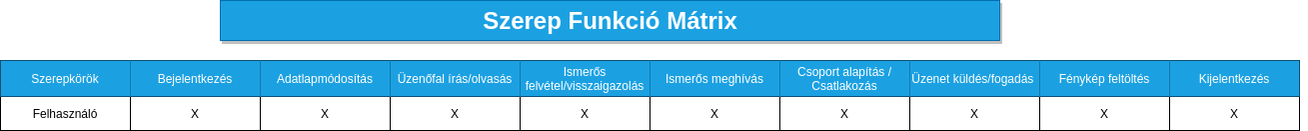
The draw.io diagram Diagramok/SzerepFunkcioMatrix.png in lubygyuri/kozossegi_oldal, before a commit. Source tidied: cells renumbered, new cells last; positions are measured from the earlier drawing's top-left corner, leaving out a move shared by most shapes. The source it was exported from:
```xml
<mxGraphModel background="#ffffff">
  <root>
    <mxCell id="0" style="html=1;" />
    <mxCell id="1" style="html=1;" parent="0" />
    <mxCell id="2" value="Szerep Funkció Mátrix" style="text;strokeColor=#006EAF;html=1;fontSize=24;fontStyle=1;verticalAlign=middle;align=center;rounded=0;shadow=1;fillColor=#1ba1e2;fontColor=#ffffff;" parent="1" vertex="1">
      <mxGeometry x="220" width="780" height="40" as="geometry" />
    </mxCell>
    <mxCell id="3" style="shape=table;html=1;whiteSpace=wrap;startSize=0;" parent="1" vertex="1">
      <mxGeometry y="60" width="1300" height="70" as="geometry" />
    </mxCell>
    <mxCell id="4" style="shape=partialRectangle;html=1;whiteSpace=wrap;fillColor=none;top=0;left=0;bottom=0;right=0;" parent="3" vertex="1">
      <mxGeometry width="1300" height="36" as="geometry" />
    </mxCell>
    <mxCell id="5" value="Szerepkörök" style="shape=partialRectangle;html=1;whiteSpace=wrap;fillColor=#1ba1e2;top=0;left=0;bottom=0;right=0;overflow=hidden;strokeColor=#006EAF;fontColor=#ffffff;" parent="4" vertex="1">
      <mxGeometry width="130" height="36" as="geometry" />
    </mxCell>
    <mxCell id="6" value="Bejelentkezés" style="shape=partialRectangle;html=1;whiteSpace=wrap;fillColor=#1ba1e2;top=0;left=0;bottom=0;right=0;overflow=hidden;strokeColor=#006EAF;fontColor=#ffffff;" parent="4" vertex="1">
      <mxGeometry x="130" width="130" height="36" as="geometry" />
    </mxCell>
    <mxCell id="7" value="Adatlapmódosítás" style="shape=partialRectangle;html=1;whiteSpace=wrap;fillColor=#1ba1e2;top=0;left=0;bottom=0;right=0;overflow=hidden;strokeColor=#006EAF;fontColor=#ffffff;" parent="4" vertex="1">
      <mxGeometry x="260" width="130" height="36" as="geometry" />
    </mxCell>
    <mxCell id="8" value="Üzenőfal írás/olvasás" style="shape=partialRectangle;html=1;whiteSpace=wrap;fillColor=#1ba1e2;top=0;left=0;bottom=0;right=0;overflow=hidden;strokeColor=#006EAF;fontColor=#ffffff;" parent="4" vertex="1">
      <mxGeometry x="390" width="130" height="36" as="geometry" />
    </mxCell>
    <mxCell id="9" value="Ismerős felvétel/visszaigazolás" style="shape=partialRectangle;html=1;whiteSpace=wrap;fillColor=#1ba1e2;top=0;left=0;bottom=0;right=0;overflow=hidden;strokeColor=#006EAF;fontColor=#ffffff;" parent="4" vertex="1">
      <mxGeometry x="520" width="130" height="36" as="geometry" />
    </mxCell>
    <mxCell id="10" value="Ismerős meghívás" style="shape=partialRectangle;html=1;whiteSpace=wrap;fillColor=#1ba1e2;top=0;left=0;bottom=0;right=0;overflow=hidden;strokeColor=#006EAF;fontColor=#ffffff;" parent="4" vertex="1">
      <mxGeometry x="650" width="130" height="36" as="geometry" />
    </mxCell>
    <mxCell id="11" value="Csoport alapítás / Csatlakozás" style="shape=partialRectangle;html=1;whiteSpace=wrap;fillColor=#1ba1e2;top=0;left=0;bottom=0;right=0;overflow=hidden;strokeColor=#006EAF;fontColor=#ffffff;" parent="4" vertex="1">
      <mxGeometry x="780" width="130" height="36" as="geometry" />
    </mxCell>
    <mxCell id="12" value="Üzenet küldés/fogadás&amp;nbsp;" style="shape=partialRectangle;html=1;whiteSpace=wrap;fillColor=#1ba1e2;top=0;left=0;bottom=0;right=0;overflow=hidden;strokeColor=#006EAF;fontColor=#ffffff;" parent="4" vertex="1">
      <mxGeometry x="910" width="130" height="36" as="geometry" />
    </mxCell>
    <mxCell id="13" value="Fénykép feltöltés" style="shape=partialRectangle;html=1;whiteSpace=wrap;fillColor=#1ba1e2;top=0;left=0;bottom=0;right=0;overflow=hidden;strokeColor=#006EAF;fontColor=#ffffff;" parent="4" vertex="1">
      <mxGeometry x="1040" width="130" height="36" as="geometry" />
    </mxCell>
    <mxCell id="14" value="Kijelentkezés" style="shape=partialRectangle;html=1;whiteSpace=wrap;fillColor=#1ba1e2;top=0;left=0;bottom=0;right=0;overflow=hidden;strokeColor=#006EAF;fontColor=#ffffff;" parent="4" vertex="1">
      <mxGeometry x="1170" width="130" height="36" as="geometry" />
    </mxCell>
    <mxCell id="15" style="shape=partialRectangle;html=1;whiteSpace=wrap;fillColor=none;top=0;left=0;bottom=0;right=0;points=[[0,0.5],[1,0.5]];portConstraint=eastwest;" parent="3" vertex="1">
      <mxGeometry y="36" width="1300" height="34" as="geometry" />
    </mxCell>
    <mxCell id="16" value="Felhasználó" style="shape=partialRectangle;html=1;whiteSpace=wrap;fillColor=none;top=0;left=0;bottom=0;right=0;overflow=hidden;" parent="15" vertex="1">
      <mxGeometry width="130" height="34" as="geometry" />
    </mxCell>
    <mxCell id="17" value="X" style="shape=partialRectangle;html=1;whiteSpace=wrap;top=0;left=0;bottom=0;right=0;overflow=hidden;fillColor=none;" parent="15" vertex="1">
      <mxGeometry x="130" width="130" height="34" as="geometry" />
    </mxCell>
    <mxCell id="18" value="X" style="shape=partialRectangle;html=1;whiteSpace=wrap;top=0;left=0;bottom=0;right=0;overflow=hidden;fillColor=none;" parent="15" vertex="1">
      <mxGeometry x="260" width="130" height="34" as="geometry" />
    </mxCell>
    <mxCell id="19" value="X" style="shape=partialRectangle;html=1;whiteSpace=wrap;top=0;left=0;bottom=0;right=0;overflow=hidden;fillColor=none;" parent="15" vertex="1">
      <mxGeometry x="390" width="130" height="34" as="geometry" />
    </mxCell>
    <mxCell id="20" value="X" style="shape=partialRectangle;html=1;whiteSpace=wrap;top=0;left=0;bottom=0;right=0;overflow=hidden;fillColor=none;" parent="15" vertex="1">
      <mxGeometry x="520" width="130" height="34" as="geometry" />
    </mxCell>
    <mxCell id="21" value="X" style="shape=partialRectangle;html=1;whiteSpace=wrap;fillColor=none;top=0;left=0;bottom=0;right=0;overflow=hidden;" parent="15" vertex="1">
      <mxGeometry x="650" width="130" height="34" as="geometry" />
    </mxCell>
    <mxCell id="22" value="X" style="shape=partialRectangle;html=1;whiteSpace=wrap;fillColor=none;top=0;left=0;bottom=0;right=0;overflow=hidden;" parent="15" vertex="1">
      <mxGeometry x="780" width="130" height="34" as="geometry" />
    </mxCell>
    <mxCell id="23" value="X" style="shape=partialRectangle;html=1;whiteSpace=wrap;fillColor=none;top=0;left=0;bottom=0;right=0;overflow=hidden;" parent="15" vertex="1">
      <mxGeometry x="910" width="130" height="34" as="geometry" />
    </mxCell>
    <mxCell id="24" value="X" style="shape=partialRectangle;html=1;whiteSpace=wrap;fillColor=none;top=0;left=0;bottom=0;right=0;overflow=hidden;" parent="15" vertex="1">
      <mxGeometry x="1040" width="130" height="34" as="geometry" />
    </mxCell>
    <mxCell id="25" value="X" style="shape=partialRectangle;html=1;whiteSpace=wrap;fillColor=none;top=0;left=0;bottom=0;right=0;overflow=hidden;" parent="15" vertex="1">
      <mxGeometry x="1170" width="130" height="34" as="geometry" />
    </mxCell>
    <mxCell id="26" style="edgeStyle=orthogonalEdgeStyle;rounded=0;orthogonalLoop=1;jettySize=auto;html=1;exitX=1;exitY=0.5;exitDx=0;exitDy=0;" parent="3" edge="1" source="15" target="15">
      <mxGeometry relative="1" as="geometry" />
    </mxCell>
  </root>
</mxGraphModel>
```
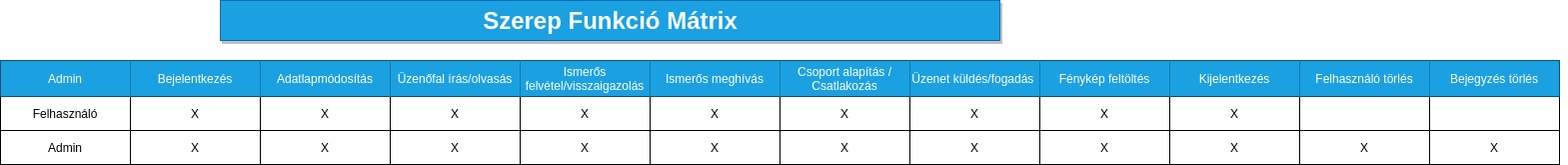
After the change.

Diff of the diagram source:
```diff
@@ -1,81 +1,132 @@
-<mxGraphModel background="#ffffff">
+<mxGraphModel>
   <root>
-    <mxCell id="0" style="html=1;" />
+    <mxCell id="0" />
-    <mxCell id="1" style="html=1;" parent="0" />
+    <mxCell id="1" parent="0" />
     <mxCell id="2" value="Szerep Funkció Mátrix" style="text;strokeColor=#006EAF;html=1;fontSize=24;fontStyle=1;verticalAlign=middle;align=center;rounded=0;shadow=1;fillColor=#1ba1e2;fontColor=#ffffff;" parent="1" vertex="1">
       <mxGeometry x="220" width="780" height="40" as="geometry" />
     </mxCell>
-    <mxCell id="3" style="shape=table;html=1;whiteSpace=wrap;startSize=0;" parent="1" vertex="1">
-      <mxGeometry y="60" width="1300" height="70" as="geometry" />
-    </mxCell>
-    <mxCell id="4" style="shape=partialRectangle;html=1;whiteSpace=wrap;fillColor=none;top=0;left=0;bottom=0;right=0;" parent="3" vertex="1">
-      <mxGeometry width="1300" height="36" as="geometry" />
-    </mxCell>
-    <mxCell id="5" value="Szerepkörök" style="shape=partialRectangle;html=1;whiteSpace=wrap;fillColor=#1ba1e2;top=0;left=0;bottom=0;right=0;overflow=hidden;strokeColor=#006EAF;fontColor=#ffffff;" parent="4" vertex="1">
-      <mxGeometry width="130" height="36" as="geometry" />
-    </mxCell>
+    <mxCell id="27" style="shape=table;html=1;whiteSpace=wrap;startSize=0;" parent="1" vertex="1">
+      <mxGeometry y="60" width="1560" height="104" as="geometry" />
+    </mxCell>
+    <mxCell id="28" style="shape=partialRectangle;html=1;whiteSpace=wrap;fillColor=none;top=0;left=0;bottom=0;right=0;" parent="27" vertex="1">
+      <mxGeometry width="1560" height="36" as="geometry" />
+    </mxCell>
+    <mxCell id="29" value="Admin" style="shape=partialRectangle;html=1;whiteSpace=wrap;fillColor=#1ba1e2;top=0;left=0;bottom=0;right=0;overflow=hidden;strokeColor=#006EAF;fontColor=#ffffff;" parent="28" vertex="1">
+      <mxGeometry width="130" height="36" as="geometry" />
+    </mxCell>
-    <mxCell id="6" value="Bejelentkezés" style="shape=partialRectangle;html=1;whiteSpace=wrap;fillColor=#1ba1e2;top=0;left=0;bottom=0;right=0;overflow=hidden;strokeColor=#006EAF;fontColor=#ffffff;" parent="4" vertex="1">
+    <mxCell id="6" value="Bejelentkezés" style="shape=partialRectangle;html=1;whiteSpace=wrap;fillColor=#1ba1e2;top=0;left=0;bottom=0;right=0;overflow=hidden;strokeColor=#006EAF;fontColor=#ffffff;" parent="28" vertex="1">
       <mxGeometry x="130" width="130" height="36" as="geometry" />
     </mxCell>
-    <mxCell id="7" value="Adatlapmódosítás" style="shape=partialRectangle;html=1;whiteSpace=wrap;fillColor=#1ba1e2;top=0;left=0;bottom=0;right=0;overflow=hidden;strokeColor=#006EAF;fontColor=#ffffff;" parent="4" vertex="1">
+    <mxCell id="7" value="Adatlapmódosítás" style="shape=partialRectangle;html=1;whiteSpace=wrap;fillColor=#1ba1e2;top=0;left=0;bottom=0;right=0;overflow=hidden;strokeColor=#006EAF;fontColor=#ffffff;" parent="28" vertex="1">
       <mxGeometry x="260" width="130" height="36" as="geometry" />
     </mxCell>
-    <mxCell id="8" value="Üzenőfal írás/olvasás" style="shape=partialRectangle;html=1;whiteSpace=wrap;fillColor=#1ba1e2;top=0;left=0;bottom=0;right=0;overflow=hidden;strokeColor=#006EAF;fontColor=#ffffff;" parent="4" vertex="1">
+    <mxCell id="8" value="Üzenőfal írás/olvasás" style="shape=partialRectangle;html=1;whiteSpace=wrap;fillColor=#1ba1e2;top=0;left=0;bottom=0;right=0;overflow=hidden;strokeColor=#006EAF;fontColor=#ffffff;" parent="28" vertex="1">
       <mxGeometry x="390" width="130" height="36" as="geometry" />
     </mxCell>
-    <mxCell id="9" value="Ismerős felvétel/visszaigazolás" style="shape=partialRectangle;html=1;whiteSpace=wrap;fillColor=#1ba1e2;top=0;left=0;bottom=0;right=0;overflow=hidden;strokeColor=#006EAF;fontColor=#ffffff;" parent="4" vertex="1">
+    <mxCell id="9" value="Ismerős felvétel/visszaigazolás" style="shape=partialRectangle;html=1;whiteSpace=wrap;fillColor=#1ba1e2;top=0;left=0;bottom=0;right=0;overflow=hidden;strokeColor=#006EAF;fontColor=#ffffff;" parent="28" vertex="1">
       <mxGeometry x="520" width="130" height="36" as="geometry" />
     </mxCell>
-    <mxCell id="10" value="Ismerős meghívás" style="shape=partialRectangle;html=1;whiteSpace=wrap;fillColor=#1ba1e2;top=0;left=0;bottom=0;right=0;overflow=hidden;strokeColor=#006EAF;fontColor=#ffffff;" parent="4" vertex="1">
+    <mxCell id="10" value="Ismerős meghívás" style="shape=partialRectangle;html=1;whiteSpace=wrap;fillColor=#1ba1e2;top=0;left=0;bottom=0;right=0;overflow=hidden;strokeColor=#006EAF;fontColor=#ffffff;" parent="28" vertex="1">
       <mxGeometry x="650" width="130" height="36" as="geometry" />
     </mxCell>
-    <mxCell id="11" value="Csoport alapítás / Csatlakozás" style="shape=partialRectangle;html=1;whiteSpace=wrap;fillColor=#1ba1e2;top=0;left=0;bottom=0;right=0;overflow=hidden;strokeColor=#006EAF;fontColor=#ffffff;" parent="4" vertex="1">
+    <mxCell id="11" value="Csoport alapítás / Csatlakozás" style="shape=partialRectangle;html=1;whiteSpace=wrap;fillColor=#1ba1e2;top=0;left=0;bottom=0;right=0;overflow=hidden;strokeColor=#006EAF;fontColor=#ffffff;" parent="28" vertex="1">
       <mxGeometry x="780" width="130" height="36" as="geometry" />
     </mxCell>
-    <mxCell id="12" value="Üzenet küldés/fogadás&amp;nbsp;" style="shape=partialRectangle;html=1;whiteSpace=wrap;fillColor=#1ba1e2;top=0;left=0;bottom=0;right=0;overflow=hidden;strokeColor=#006EAF;fontColor=#ffffff;" parent="4" vertex="1">
+    <mxCell id="12" value="Üzenet küldés/fogadás&amp;nbsp;" style="shape=partialRectangle;html=1;whiteSpace=wrap;fillColor=#1ba1e2;top=0;left=0;bottom=0;right=0;overflow=hidden;strokeColor=#006EAF;fontColor=#ffffff;" parent="28" vertex="1">
       <mxGeometry x="910" width="130" height="36" as="geometry" />
     </mxCell>
-    <mxCell id="13" value="Fénykép feltöltés" style="shape=partialRectangle;html=1;whiteSpace=wrap;fillColor=#1ba1e2;top=0;left=0;bottom=0;right=0;overflow=hidden;strokeColor=#006EAF;fontColor=#ffffff;" parent="4" vertex="1">
+    <mxCell id="13" value="Fénykép feltöltés" style="shape=partialRectangle;html=1;whiteSpace=wrap;fillColor=#1ba1e2;top=0;left=0;bottom=0;right=0;overflow=hidden;strokeColor=#006EAF;fontColor=#ffffff;" parent="28" vertex="1">
       <mxGeometry x="1040" width="130" height="36" as="geometry" />
     </mxCell>
-    <mxCell id="14" value="Kijelentkezés" style="shape=partialRectangle;html=1;whiteSpace=wrap;fillColor=#1ba1e2;top=0;left=0;bottom=0;right=0;overflow=hidden;strokeColor=#006EAF;fontColor=#ffffff;" parent="4" vertex="1">
+    <mxCell id="14" value="Kijelentkezés" style="shape=partialRectangle;html=1;whiteSpace=wrap;fillColor=#1ba1e2;top=0;left=0;bottom=0;right=0;overflow=hidden;strokeColor=#006EAF;fontColor=#ffffff;" parent="28" vertex="1">
       <mxGeometry x="1170" width="130" height="36" as="geometry" />
     </mxCell>
-    <mxCell id="15" style="shape=partialRectangle;html=1;whiteSpace=wrap;fillColor=none;top=0;left=0;bottom=0;right=0;points=[[0,0.5],[1,0.5]];portConstraint=eastwest;" parent="3" vertex="1">
-      <mxGeometry y="36" width="1300" height="34" as="geometry" />
-    </mxCell>
+    <mxCell id="30" value="Felhasználó törlés" style="shape=partialRectangle;html=1;whiteSpace=wrap;fillColor=#1ba1e2;top=0;left=0;bottom=0;right=0;overflow=hidden;strokeColor=#006EAF;fontColor=#ffffff;" parent="28" vertex="1">
+      <mxGeometry x="1300" width="130" height="36" as="geometry" />
+    </mxCell>
+    <mxCell id="31" value="Bejegyzés törlés" style="shape=partialRectangle;html=1;whiteSpace=wrap;fillColor=#1ba1e2;top=0;left=0;bottom=0;right=0;overflow=hidden;strokeColor=#006EAF;fontColor=#ffffff;" parent="28" vertex="1">
+      <mxGeometry x="1430" width="130" height="36" as="geometry" />
+    </mxCell>
+    <mxCell id="32" style="shape=partialRectangle;html=1;whiteSpace=wrap;fillColor=none;top=0;left=0;bottom=0;right=0;points=[[0,0.5],[1,0.5]];portConstraint=eastwest;" parent="27" vertex="1">
+      <mxGeometry y="36" width="1560" height="34" as="geometry" />
+    </mxCell>
-    <mxCell id="16" value="Felhasználó" style="shape=partialRectangle;html=1;whiteSpace=wrap;fillColor=none;top=0;left=0;bottom=0;right=0;overflow=hidden;" parent="15" vertex="1">
+    <mxCell id="16" value="Felhasználó" style="shape=partialRectangle;html=1;whiteSpace=wrap;fillColor=none;top=0;left=0;bottom=0;right=0;overflow=hidden;" parent="32" vertex="1">
       <mxGeometry width="130" height="34" as="geometry" />
     </mxCell>
-    <mxCell id="17" value="X" style="shape=partialRectangle;html=1;whiteSpace=wrap;top=0;left=0;bottom=0;right=0;overflow=hidden;fillColor=none;" parent="15" vertex="1">
-      <mxGeometry x="130" width="130" height="34" as="geometry" />
-    </mxCell>
-    <mxCell id="18" value="X" style="shape=partialRectangle;html=1;whiteSpace=wrap;top=0;left=0;bottom=0;right=0;overflow=hidden;fillColor=none;" parent="15" vertex="1">
-      <mxGeometry x="260" width="130" height="34" as="geometry" />
-    </mxCell>
-    <mxCell id="19" value="X" style="shape=partialRectangle;html=1;whiteSpace=wrap;top=0;left=0;bottom=0;right=0;overflow=hidden;fillColor=none;" parent="15" vertex="1">
-      <mxGeometry x="390" width="130" height="34" as="geometry" />
-    </mxCell>
-    <mxCell id="20" value="X" style="shape=partialRectangle;html=1;whiteSpace=wrap;top=0;left=0;bottom=0;right=0;overflow=hidden;fillColor=none;" parent="15" vertex="1">
-      <mxGeometry x="520" width="130" height="34" as="geometry" />
-    </mxCell>
-    <mxCell id="21" value="X" style="shape=partialRectangle;html=1;whiteSpace=wrap;fillColor=none;top=0;left=0;bottom=0;right=0;overflow=hidden;" parent="15" vertex="1">
-      <mxGeometry x="650" width="130" height="34" as="geometry" />
-    </mxCell>
-    <mxCell id="22" value="X" style="shape=partialRectangle;html=1;whiteSpace=wrap;fillColor=none;top=0;left=0;bottom=0;right=0;overflow=hidden;" parent="15" vertex="1">
-      <mxGeometry x="780" width="130" height="34" as="geometry" />
-    </mxCell>
-    <mxCell id="23" value="X" style="shape=partialRectangle;html=1;whiteSpace=wrap;fillColor=none;top=0;left=0;bottom=0;right=0;overflow=hidden;" parent="15" vertex="1">
-      <mxGeometry x="910" width="130" height="34" as="geometry" />
-    </mxCell>
-    <mxCell id="24" value="X" style="shape=partialRectangle;html=1;whiteSpace=wrap;fillColor=none;top=0;left=0;bottom=0;right=0;overflow=hidden;" parent="15" vertex="1">
-      <mxGeometry x="1040" width="130" height="34" as="geometry" />
-    </mxCell>
-    <mxCell id="25" value="X" style="shape=partialRectangle;html=1;whiteSpace=wrap;fillColor=none;top=0;left=0;bottom=0;right=0;overflow=hidden;" parent="15" vertex="1">
-      <mxGeometry x="1170" width="130" height="34" as="geometry" />
-    </mxCell>
-    <mxCell id="26" style="edgeStyle=orthogonalEdgeStyle;rounded=0;orthogonalLoop=1;jettySize=auto;html=1;exitX=1;exitY=0.5;exitDx=0;exitDy=0;" parent="3" edge="1" source="15" target="15">
-      <mxGeometry relative="1" as="geometry" />
-    </mxCell>
+    <mxCell id="33" value="X" style="shape=partialRectangle;html=1;whiteSpace=wrap;top=0;left=0;bottom=0;right=0;overflow=hidden;fillColor=none;" parent="32" vertex="1">
+      <mxGeometry x="130" width="130" height="34" as="geometry" />
+    </mxCell>
+    <mxCell id="34" value="X" style="shape=partialRectangle;html=1;whiteSpace=wrap;top=0;left=0;bottom=0;right=0;overflow=hidden;fillColor=none;" parent="32" vertex="1">
+      <mxGeometry x="260" width="130" height="34" as="geometry" />
+    </mxCell>
+    <mxCell id="35" value="X" style="shape=partialRectangle;html=1;whiteSpace=wrap;top=0;left=0;bottom=0;right=0;overflow=hidden;fillColor=none;" parent="32" vertex="1">
+      <mxGeometry x="390" width="130" height="34" as="geometry" />
+    </mxCell>
+    <mxCell id="36" value="X" style="shape=partialRectangle;html=1;whiteSpace=wrap;top=0;left=0;bottom=0;right=0;overflow=hidden;fillColor=none;" parent="32" vertex="1">
+      <mxGeometry x="520" width="130" height="34" as="geometry" />
+    </mxCell>
+    <mxCell id="37" value="X" style="shape=partialRectangle;html=1;whiteSpace=wrap;fillColor=none;top=0;left=0;bottom=0;right=0;overflow=hidden;" parent="32" vertex="1">
+      <mxGeometry x="650" width="130" height="34" as="geometry" />
+    </mxCell>
+    <mxCell id="38" value="X" style="shape=partialRectangle;html=1;whiteSpace=wrap;fillColor=none;top=0;left=0;bottom=0;right=0;overflow=hidden;" parent="32" vertex="1">
+      <mxGeometry x="780" width="130" height="34" as="geometry" />
+    </mxCell>
+    <mxCell id="39" value="X" style="shape=partialRectangle;html=1;whiteSpace=wrap;fillColor=none;top=0;left=0;bottom=0;right=0;overflow=hidden;" parent="32" vertex="1">
+      <mxGeometry x="910" width="130" height="34" as="geometry" />
+    </mxCell>
+    <mxCell id="40" value="X" style="shape=partialRectangle;html=1;whiteSpace=wrap;fillColor=none;top=0;left=0;bottom=0;right=0;overflow=hidden;" parent="32" vertex="1">
+      <mxGeometry x="1040" width="130" height="34" as="geometry" />
+    </mxCell>
+    <mxCell id="41" value="X" style="shape=partialRectangle;html=1;whiteSpace=wrap;fillColor=none;top=0;left=0;bottom=0;right=0;overflow=hidden;" parent="32" vertex="1">
+      <mxGeometry x="1170" width="130" height="34" as="geometry" />
+    </mxCell>
+    <mxCell id="42" style="shape=partialRectangle;html=1;whiteSpace=wrap;fillColor=none;top=0;left=0;bottom=0;right=0;overflow=hidden;" parent="32" vertex="1">
+      <mxGeometry x="1300" width="130" height="34" as="geometry" />
+    </mxCell>
+    <mxCell id="43" style="shape=partialRectangle;html=1;whiteSpace=wrap;fillColor=none;top=0;left=0;bottom=0;right=0;overflow=hidden;" parent="32" vertex="1">
+      <mxGeometry x="1430" width="130" height="34" as="geometry" />
+    </mxCell>
+    <mxCell id="44" style="shape=partialRectangle;html=1;whiteSpace=wrap;fillColor=none;top=0;left=0;bottom=0;right=0;" parent="27" vertex="1">
+      <mxGeometry y="70" width="1560" height="34" as="geometry" />
+    </mxCell>
+    <mxCell id="45" value="Admin" style="shape=partialRectangle;html=1;whiteSpace=wrap;fillColor=none;top=0;left=0;bottom=0;right=0;overflow=hidden;" parent="44" vertex="1">
+      <mxGeometry width="130" height="34" as="geometry" />
+    </mxCell>
+    <mxCell id="46" value="X" style="shape=partialRectangle;html=1;whiteSpace=wrap;top=0;left=0;bottom=0;right=0;overflow=hidden;fillColor=none;" parent="44" vertex="1">
+      <mxGeometry x="130" width="130" height="34" as="geometry" />
+    </mxCell>
+    <mxCell id="47" value="X" style="shape=partialRectangle;html=1;whiteSpace=wrap;top=0;left=0;bottom=0;right=0;overflow=hidden;fillColor=none;" parent="44" vertex="1">
+      <mxGeometry x="260" width="130" height="34" as="geometry" />
+    </mxCell>
+    <mxCell id="48" value="X" style="shape=partialRectangle;html=1;whiteSpace=wrap;top=0;left=0;bottom=0;right=0;overflow=hidden;fillColor=none;" parent="44" vertex="1">
+      <mxGeometry x="390" width="130" height="34" as="geometry" />
+    </mxCell>
+    <mxCell id="49" value="X" style="shape=partialRectangle;html=1;whiteSpace=wrap;top=0;left=0;bottom=0;right=0;overflow=hidden;fillColor=none;" parent="44" vertex="1">
+      <mxGeometry x="520" width="130" height="34" as="geometry" />
+    </mxCell>
+    <mxCell id="50" value="X" style="shape=partialRectangle;html=1;whiteSpace=wrap;fillColor=none;top=0;left=0;bottom=0;right=0;overflow=hidden;" parent="44" vertex="1">
+      <mxGeometry x="650" width="130" height="34" as="geometry" />
+    </mxCell>
+    <mxCell id="51" value="X" style="shape=partialRectangle;html=1;whiteSpace=wrap;fillColor=none;top=0;left=0;bottom=0;right=0;overflow=hidden;" parent="44" vertex="1">
+      <mxGeometry x="780" width="130" height="34" as="geometry" />
+    </mxCell>
+    <mxCell id="52" value="X" style="shape=partialRectangle;html=1;whiteSpace=wrap;fillColor=none;top=0;left=0;bottom=0;right=0;overflow=hidden;" parent="44" vertex="1">
+      <mxGeometry x="910" width="130" height="34" as="geometry" />
+    </mxCell>
+    <mxCell id="53" value="X" style="shape=partialRectangle;html=1;whiteSpace=wrap;fillColor=none;top=0;left=0;bottom=0;right=0;overflow=hidden;" parent="44" vertex="1">
+      <mxGeometry x="1040" width="130" height="34" as="geometry" />
+    </mxCell>
+    <mxCell id="54" value="X" style="shape=partialRectangle;html=1;whiteSpace=wrap;fillColor=none;top=0;left=0;bottom=0;right=0;overflow=hidden;" parent="44" vertex="1">
+      <mxGeometry x="1170" width="130" height="34" as="geometry" />
+    </mxCell>
+    <mxCell id="55" value="X" style="shape=partialRectangle;html=1;whiteSpace=wrap;fillColor=none;top=0;left=0;bottom=0;right=0;overflow=hidden;" parent="44" vertex="1">
+      <mxGeometry x="1300" width="130" height="34" as="geometry" />
+    </mxCell>
+    <mxCell id="56" value="X" style="shape=partialRectangle;html=1;whiteSpace=wrap;fillColor=none;top=0;left=0;bottom=0;right=0;overflow=hidden;" parent="44" vertex="1">
+      <mxGeometry x="1430" width="130" height="34" as="geometry" />
+    </mxCell>
+    <mxCell id="57" style="edgeStyle=orthogonalEdgeStyle;rounded=0;orthogonalLoop=1;jettySize=auto;html=1;exitX=1;exitY=0.5;exitDx=0;exitDy=0;" parent="27" edge="1" source="32" target="32">
+      <mxGeometry relative="1" as="geometry" />
+    </mxCell>
   </root>
 </mxGraphModel>
```
